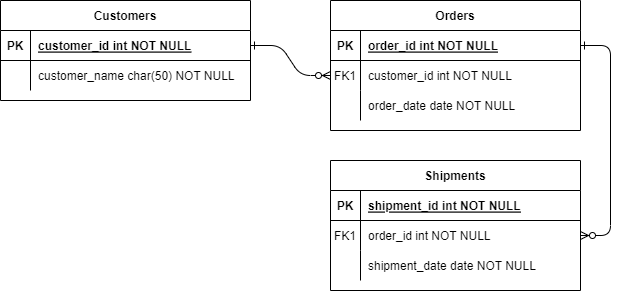
Earlier version of the draw.io export Untitled Diagram.drawio.png (OrGeisler/Evaluation-Project). Source tidied: cells renumbered, new cells last; positions are measured from the earlier drawing's top-left corner, leaving out a move shared by most shapes.
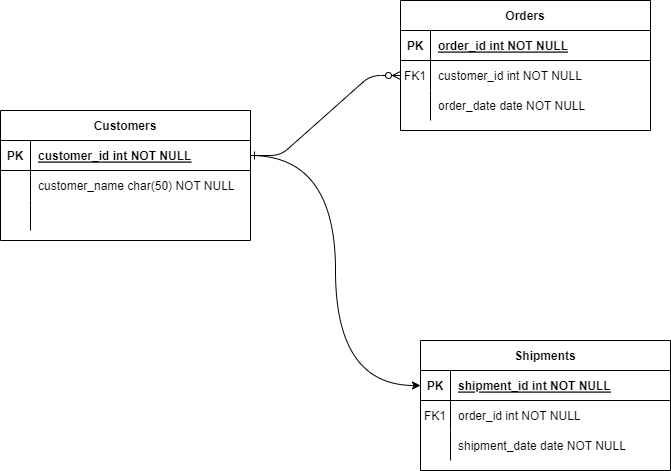
After the commit.

Change to the diagram source:
```diff
@@ -5,11 +5,8 @@
     <mxCell id="2" style="edgeStyle=entityRelationEdgeStyle;endArrow=ERzeroToMany;startArrow=ERone;endFill=1;startFill=0;" parent="1" edge="1" source="25" target="8">
       <mxGeometry relative="1" as="geometry" />
     </mxCell>
-    <mxCell id="3" style="edgeStyle=entityRelationEdgeStyle;endArrow=ERzeroToMany;startArrow=ERone;endFill=1;startFill=0;" parent="1" edge="1" source="5" target="18">
-      <mxGeometry relative="1" as="geometry" />
-    </mxCell>
     <mxCell id="4" value="Orders" style="shape=table;startSize=30;rowLines=0;fontStyle=1;align=center;" parent="1" vertex="1">
-      <mxGeometry x="330" width="250" height="130" as="geometry" />
+      <mxGeometry x="310" y="150" width="250" height="130" as="geometry" />
     </mxCell>
     <mxCell id="5" style="shape=partialRectangle;fillColor=none;points=[[0,0.5],[1,0.5]];portConstraint=eastwest;top=0;left=0;right=0;bottom=1;" parent="4" vertex="1">
       <mxGeometry y="30" width="250" height="30" as="geometry" />
@@ -39,7 +36,7 @@
       <mxGeometry x="30" width="220" height="30" as="geometry" />
     </mxCell>
     <mxCell id="14" value="Shipments" style="shape=table;startSize=30;rowLines=0;fontStyle=1;align=center;" parent="1" vertex="1">
-      <mxGeometry x="330" y="160" width="250" height="130" as="geometry" />
+      <mxGeometry x="330" y="490" width="250" height="130" as="geometry" />
     </mxCell>
     <mxCell id="15" style="shape=partialRectangle;fillColor=none;points=[[0,0.5],[1,0.5]];portConstraint=eastwest;top=0;left=0;right=0;bottom=1;" parent="14" vertex="1">
       <mxGeometry y="30" width="250" height="30" as="geometry" />
@@ -69,7 +66,7 @@
       <mxGeometry x="30" width="220" height="30" as="geometry" />
     </mxCell>
     <mxCell id="24" value="Customers" style="shape=table;startSize=30;rowLines=0;fontStyle=1;align=center;" parent="1" vertex="1">
-      <mxGeometry width="250" height="100" as="geometry" />
+      <mxGeometry x="-90" y="260" width="250" height="130" as="geometry" />
     </mxCell>
     <mxCell id="25" style="shape=partialRectangle;fillColor=none;points=[[0,0.5],[1,0.5]];portConstraint=eastwest;top=0;left=0;right=0;bottom=1;" parent="24" vertex="1">
       <mxGeometry y="30" width="250" height="30" as="geometry" />
@@ -89,5 +86,17 @@
     <mxCell id="30" value="customer_name char(50) NOT NULL" style="shape=partialRectangle;overflow=hidden;fillColor=none;top=0;left=0;bottom=0;right=0;align=left;spacingLeft=6;" parent="28" vertex="1">
       <mxGeometry x="30" width="220" height="30" as="geometry" />
     </mxCell>
+    <mxCell id="31" style="shape=partialRectangle;fillColor=none;top=0;left=0;right=0;bottom=0;" parent="24" vertex="1">
+      <mxGeometry y="90" width="250" height="30" as="geometry" />
+    </mxCell>
+    <mxCell id="32" style="shape=partialRectangle;overflow=hidden;fillColor=none;top=0;left=0;bottom=0;right=0;" parent="31" vertex="1">
+      <mxGeometry width="30" height="30" as="geometry" />
+    </mxCell>
+    <mxCell id="33" style="shape=partialRectangle;overflow=hidden;fillColor=none;top=0;left=0;bottom=0;right=0;align=left;spacingLeft=6;" parent="31" vertex="1">
+      <mxGeometry x="30" width="220" height="30" as="geometry" />
+    </mxCell>
+    <mxCell id="34" style="edgeStyle=orthogonalEdgeStyle;rounded=0;jettySize=auto;html=1;exitX=1;exitY=0.5;exitDx=0;exitDy=0;entryX=0;entryY=0.5;entryDx=0;entryDy=0;curved=1;" parent="1" edge="1" source="25" target="15">
+      <mxGeometry relative="1" as="geometry" />
+    </mxCell>
   </root>
 </mxGraphModel>
```
